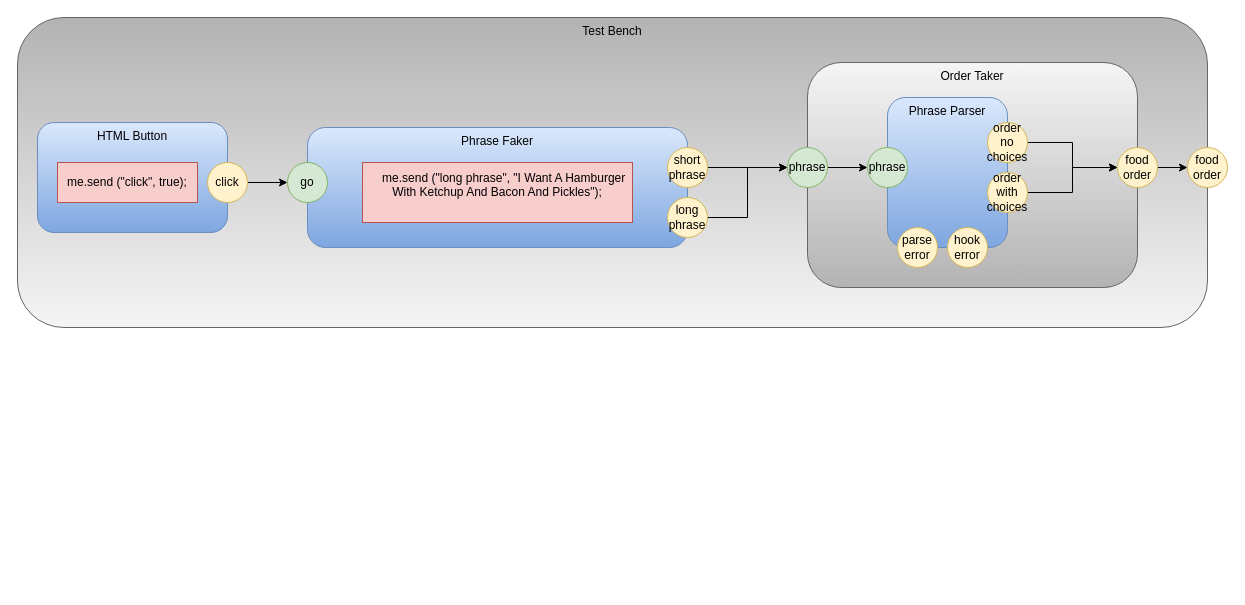
Before: diagram2json/testbench.drawio in guitarvydas/bootstrap2, a draw.io diagram. Source tidied: cells renumbered, new cells numbered last; positions are measured from the earlier drawing's top-left corner, leaving out a move shared by most shapes. Both pictures are drawn from the tidied source at 100%, with x=0, y=0 at pixel (17, 17).
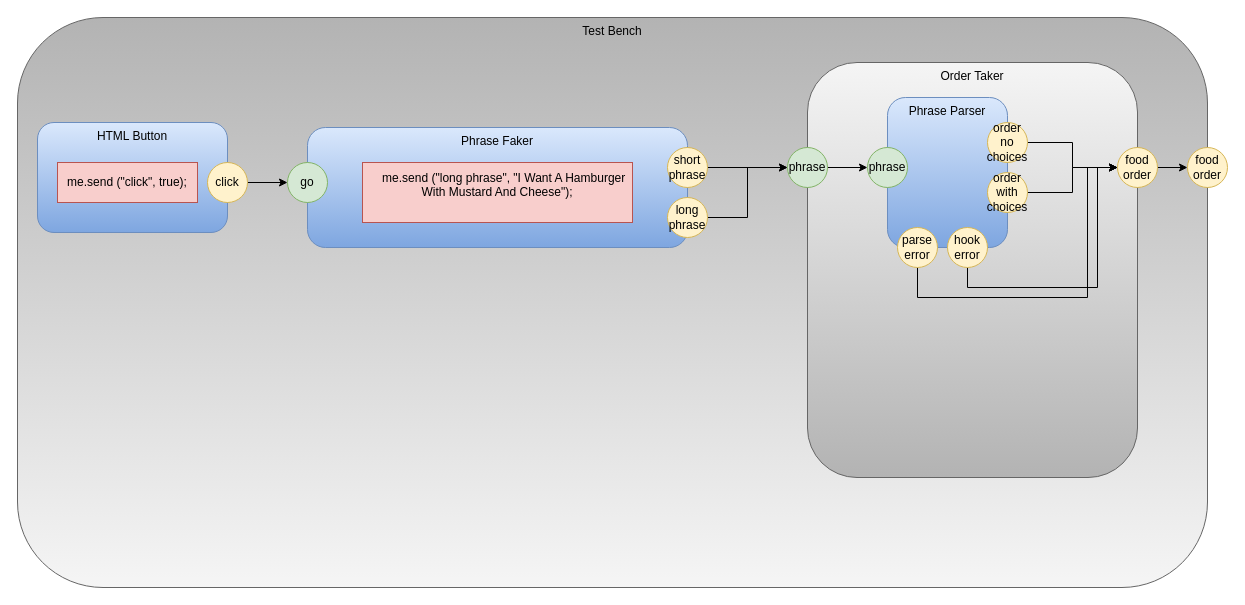
Above is the later version.

The change refers to these unchanged cells:
```xml
<mxCell id="5" value="food order" style="ellipse;whiteSpace=wrap;html=1;fillColor=#fff2cc;strokeColor=#d6b656;" parent="1" vertex="1">
  <mxGeometry x="1100" y="130" width="40" height="40" as="geometry" />
</mxCell>
<mxCell id="24" value="parse error" style="ellipse;whiteSpace=wrap;html=1;fillColor=#fff2cc;strokeColor=#d6b656;" parent="1" vertex="1">
  <mxGeometry x="880" y="210" width="40" height="40" as="geometry" />
</mxCell>
<mxCell id="25" value="hook error" style="ellipse;whiteSpace=wrap;html=1;fillColor=#fff2cc;strokeColor=#d6b656;" parent="1" vertex="1">
  <mxGeometry x="930" y="210" width="40" height="40" as="geometry" />
</mxCell>
```

The edit, as a diff of the source:
```diff
@@
     <mxCell id="2" value="Test Bench" style="rounded=1;whiteSpace=wrap;html=1;horizontal=1;verticalAlign=top;gradientColor=#b3b3b3;fillColor=#f5f5f5;strokeColor=#666666;gradientDirection=north;" parent="1" vertex="1">
-      <mxGeometry width="1190" height="310" as="geometry" />
+      <mxGeometry width="1190" height="570" as="geometry" />
     </mxCell>
     <mxCell id="3" value="Order Taker" style="rounded=1;whiteSpace=wrap;html=1;horizontal=1;verticalAlign=top;fillColor=#f5f5f5;strokeColor=#666666;gradientColor=#b3b3b3;" parent="1" vertex="1">
-      <mxGeometry x="790" y="45" width="330" height="225" as="geometry" />
+      <mxGeometry x="790" y="45" width="330" height="415" as="geometry" />
     </mxCell>
@@
+    <mxCell id="28" style="edgeStyle=orthogonalEdgeStyle;rounded=0;jettySize=auto;html=1;exitX=0.5;exitY=1;exitDx=0;exitDy=0;entryX=0;entryY=0.5;entryDx=0;entryDy=0;" parent="1" edge="1" source="24" target="5">
+      <mxGeometry relative="1" as="geometry">
+        <Array as="points">
+          <mxPoint x="900" y="280" />
+          <mxPoint x="1070" y="280" />
+          <mxPoint x="1070" y="150" />
+        </Array>
+      </mxGeometry>
+    </mxCell>
@@
+    <mxCell id="29" style="edgeStyle=orthogonalEdgeStyle;rounded=0;jettySize=auto;html=1;exitX=0.5;exitY=1;exitDx=0;exitDy=0;entryX=0;entryY=0.5;entryDx=0;entryDy=0;" parent="1" edge="1" source="25" target="5">
+      <mxGeometry relative="1" as="geometry">
+        <Array as="points">
+          <mxPoint x="950" y="270" />
+          <mxPoint x="1080" y="270" />
+          <mxPoint x="1080" y="150" />
+        </Array>
+      </mxGeometry>
+    </mxCell>
@@
-    <mxCell id="27" value="&lt;div&gt;&amp;nbsp; &amp;nbsp; me.send (&quot;long phrase&quot;, &quot;I Want A Hamburger With Ketchup And Bacon And Pickles&quot;);&lt;/div&gt;&lt;div&gt;&lt;br&gt;&lt;/div&gt;" style="rounded=0;whiteSpace=wrap;html=1;fillColor=#f8cecc;strokeColor=#b85450;" parent="1" vertex="1">
+    <mxCell id="27" value="&lt;div&gt;&amp;nbsp; &amp;nbsp; me.send (&quot;long phrase&quot;, &quot;I Want A Hamburger With Mustard And Cheese&quot;);&lt;/div&gt;&lt;div&gt;&lt;br&gt;&lt;/div&gt;" style="rounded=0;whiteSpace=wrap;html=1;fillColor=#f8cecc;strokeColor=#b85450;" parent="1" vertex="1">
       <mxGeometry x="345" y="145" width="270" height="60" as="geometry" />
     </mxCell>
```
